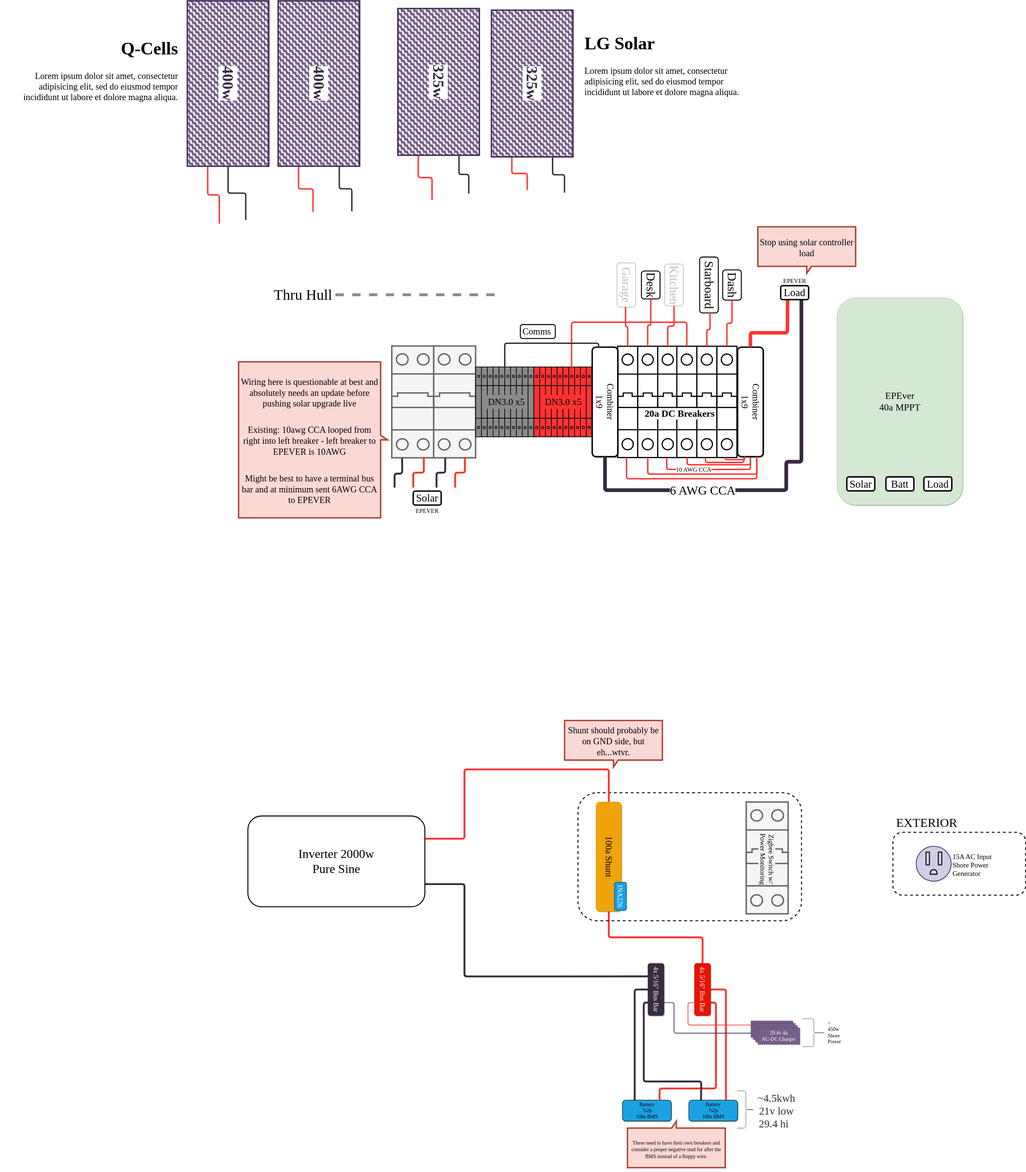
Before: gary-bussy-electrical.drawio.svg, a diagram exported from draw.io (clomads/gary-bussy). Source tidied: cells renumbered, new cells last; positions are measured from the earlier drawing's top-left corner, leaving out a move shared by most shapes.
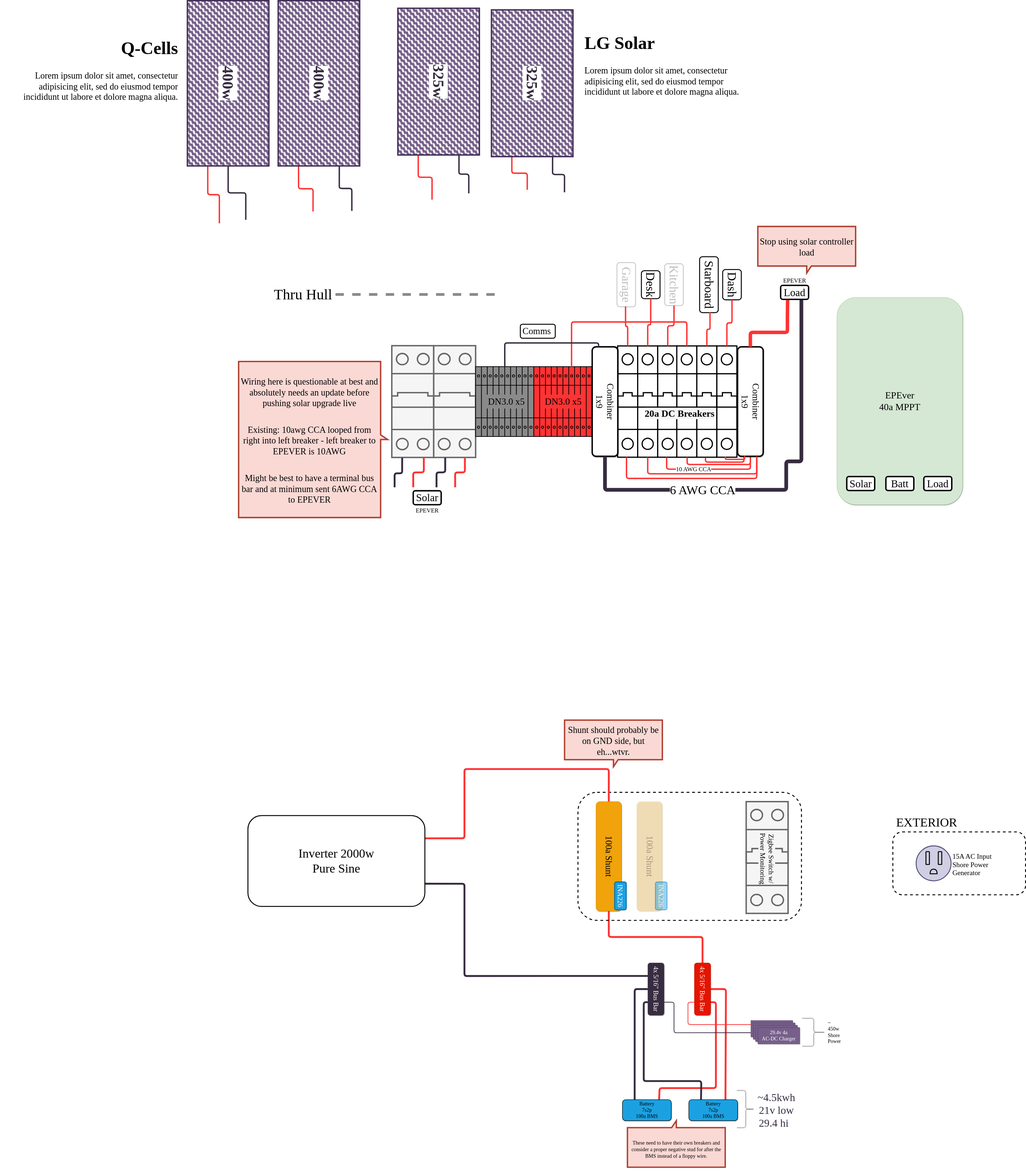
The same file after the commit.

Commit message:
duplicate shunt for DC side loads and add BMS link

What changed in the source:
```diff
@@ -239,12 +239,6 @@
         </Array>
       </mxGeometry>
     </mxCell>
-    <mxCell id="57" value="100a Shunt" style="rounded=1;whiteSpace=wrap;html=1;shadow=1;sketch=0;fontFamily=League Spartan;fontSource=https%3A%2F%2Ffonts.googleapis.com%2Fcss%3Ffamily%3DLeague%2BSpartan;fontSize=39;rotation=90;fillColor=#f0a30a;fontColor=#000000;strokeColor=#BD7000;" parent="1" vertex="1">
-      <mxGeometry x="2375.8" y="3524" width="470.2" height="110" as="geometry" />
-    </mxCell>
-    <mxCell id="58" value="INA226" style="rounded=1;whiteSpace=wrap;html=1;sketch=0;strokeColor=#006EAF;strokeWidth=4;fontFamily=League Spartan;fontSource=https%3A%2F%2Ffonts.googleapis.com%2Fcss%3Ffamily%3DLeague%2BSpartan;fontSize=30;fillColor=#1ba1e2;horizontal=1;rotation=90;fontColor=#ffffff;" parent="1" vertex="1">
-      <mxGeometry x="2601" y="3724" width="120" height="50" as="geometry" />
-    </mxCell>
     <mxCell id="59" style="verticalLabelPosition=bottom;dashed=0;shadow=0;html=1;align=center;verticalAlign=top;shape=mxgraph.cabinets.cb_2p;sketch=0;fontFamily=League Spartan;fontSource=https%3A%2F%2Ffonts.googleapis.com%2Fcss%3Ffamily%3DLeague%2BSpartan;fontSize=27;fillColor=#f5f5f5;fontColor=#333333;strokeColor=#666666;strokeWidth=6;" parent="1" vertex="1">
       <mxGeometry x="3201" y="3344" width="180" height="480" as="geometry" />
     </mxCell>
@@ -471,5 +465,23 @@
     <mxCell id="112" value="EPEVER" style="text;html=1;align=center;verticalAlign=middle;strokeColor=none;fillColor=none;fontSize=26;fontFamily=League Spartan;fontColor=default;" parent="1" vertex="1">
       <mxGeometry x="1776" y="2074" width="110" height="40" as="geometry" />
     </mxCell>
+    <mxCell id="113" style="group;" parent="1" vertex="1">
+      <mxGeometry x="2555.9" y="3343.9" width="130.1" height="470.2" as="geometry" />
+    </mxCell>
+    <mxCell id="57" value="100a Shunt" style="rounded=1;whiteSpace=wrap;html=1;shadow=1;sketch=0;fontFamily=League Spartan;fontSource=https%3A%2F%2Ffonts.googleapis.com%2Fcss%3Ffamily%3DLeague%2BSpartan;fontSize=39;rotation=90;fillColor=#f0a30a;fontColor=#000000;strokeColor=#BD7000;" parent="113" vertex="1">
+      <mxGeometry x="-180.1" y="180.1" width="470.2" height="110" as="geometry" />
+    </mxCell>
+    <mxCell id="58" value="INA226" style="rounded=1;whiteSpace=wrap;html=1;sketch=0;strokeColor=#006EAF;strokeWidth=4;fontFamily=League Spartan;fontSource=https%3A%2F%2Ffonts.googleapis.com%2Fcss%3Ffamily%3DLeague%2BSpartan;fontSize=30;fillColor=#1ba1e2;horizontal=1;rotation=90;fontColor=#ffffff;" parent="113" vertex="1">
+      <mxGeometry x="45.1" y="380.1" width="120" height="50" as="geometry" />
+    </mxCell>
+    <mxCell id="114" style="group;textOpacity=20;opacity=20;" parent="1" vertex="1">
+      <mxGeometry x="2731" y="3343.9" width="130.1" height="470.2" as="geometry" />
+    </mxCell>
+    <mxCell id="115" value="100a Shunt" style="rounded=1;whiteSpace=wrap;html=1;shadow=1;sketch=0;fontFamily=League Spartan;fontSource=https%3A%2F%2Ffonts.googleapis.com%2Fcss%3Ffamily%3DLeague%2BSpartan;fontSize=39;rotation=90;fillColor=#f0a30a;fontColor=#000000;strokeColor=#BD7000;opacity=25;textOpacity=30;" parent="114" vertex="1">
+      <mxGeometry x="-180.1" y="180.1" width="470.2" height="110" as="geometry" />
+    </mxCell>
+    <mxCell id="116" value="INA226" style="rounded=1;whiteSpace=wrap;html=1;sketch=0;strokeColor=#006EAF;strokeWidth=4;fontFamily=League Spartan;fontSource=https%3A%2F%2Ffonts.googleapis.com%2Fcss%3Ffamily%3DLeague%2BSpartan;fontSize=30;fillColor=#1ba1e2;horizontal=1;rotation=90;fontColor=#ffffff;opacity=45;textOpacity=90;" parent="114" vertex="1">
+      <mxGeometry x="45.1" y="380.1" width="120" height="50" as="geometry" />
+    </mxCell>
   </root>
 </mxGraphModel>
```
